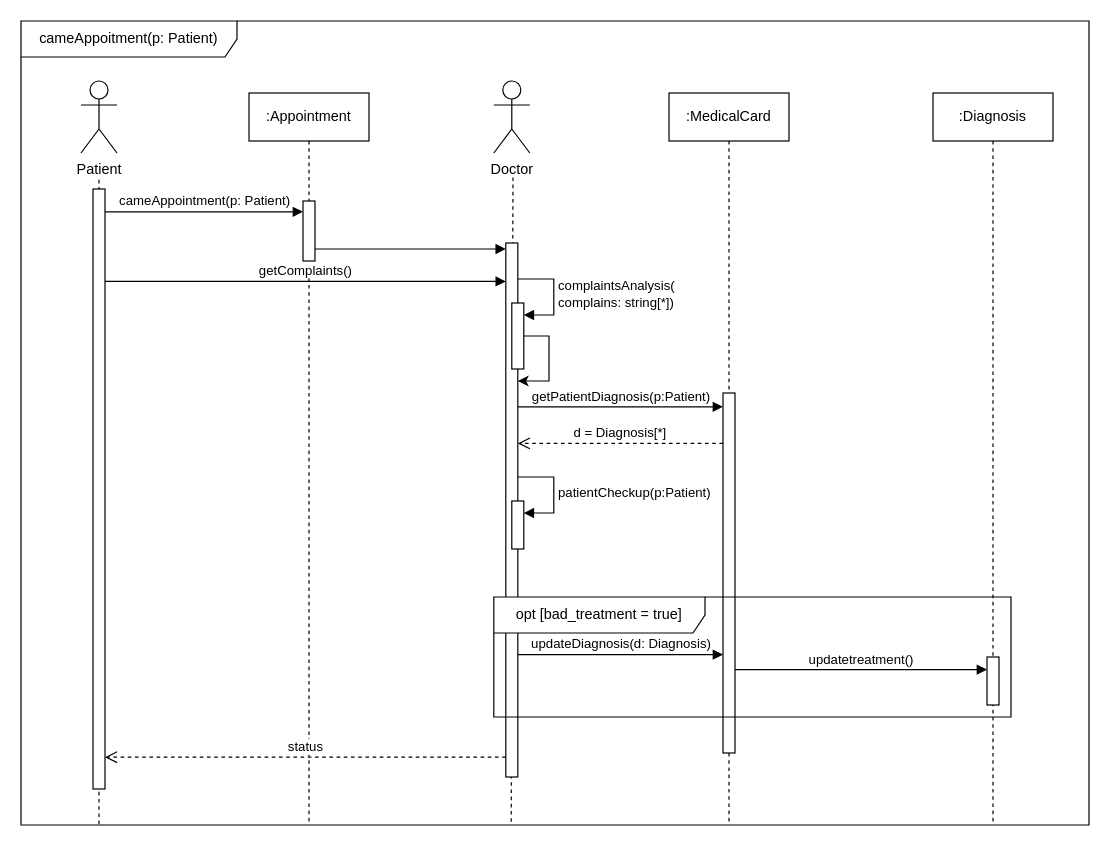
nedeadinside/oaoaoaoaoaoaoaoa keeps this draw.io diagram as page "SD3" (3 of 3) of lab2/.drawio/SD.drawio. Above is the earlier version. Source tidied: cells renumbered, new cells numbered last; positions are measured from the earlier drawing's top-left corner, leaving out a move shared by most shapes. Both pictures are drawn from the tidied source at 120%, with x=0, y=0 at pixel (20, 20).
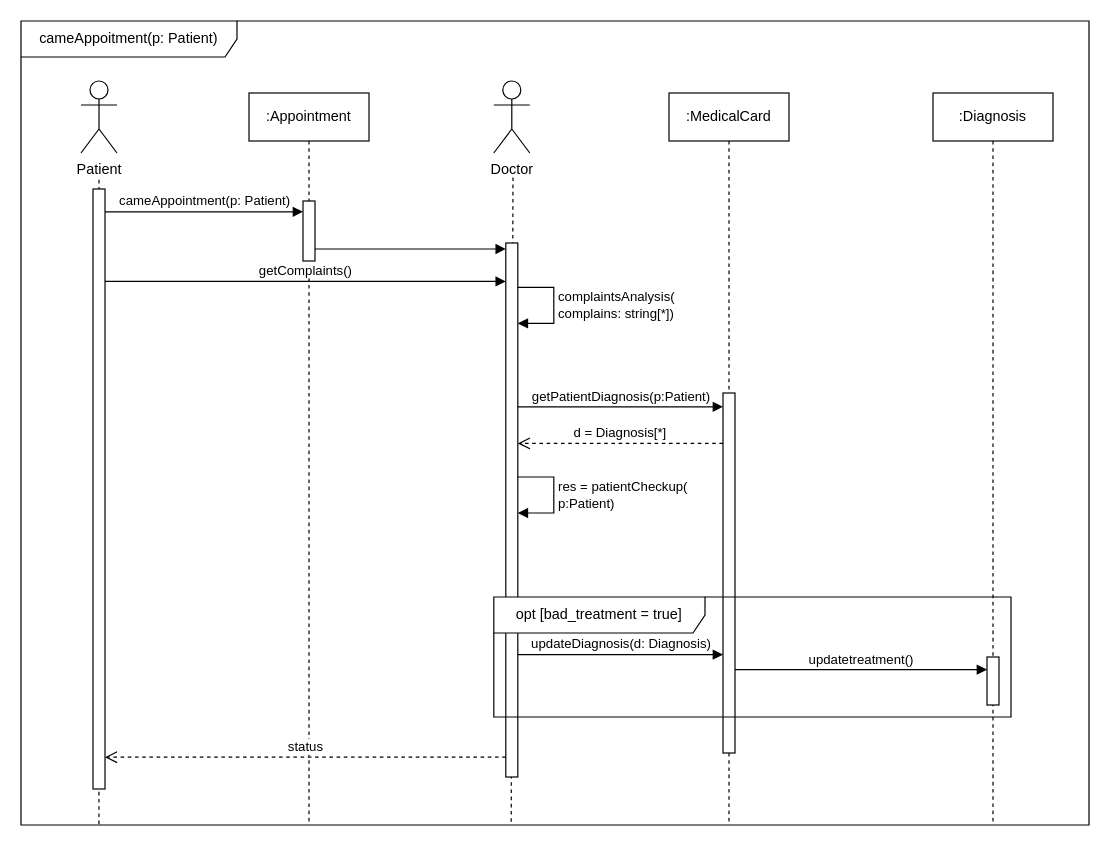
After the change.

The change refers to these unchanged cells:
```xml
<mxCell id="15" style="html=1;points=[[0,0,0,0,5],[0,1,0,0,-5],[1,0,0,0,5],[1,1,0,0,-5]];perimeter=orthogonalPerimeter;outlineConnect=0;targetShapes=umlLifeline;portConstraint=eastwest;newEdgeStyle={&quot;curved&quot;:0,&quot;rounded&quot;:0};" parent="1" vertex="1">
  <mxGeometry x="404" y="185" width="10" height="445" as="geometry" />
</mxCell>
```

Change to the diagram source:
```diff
@@
-    <mxCell id="17" style="edgeStyle=orthogonalEdgeStyle;rounded=0;jettySize=auto;html=1;curved=0;" parent="1" edge="1" source="18" target="15">
-      <mxGeometry relative="1" as="geometry">
-        <Array as="points">
-          <mxPoint x="440" y="263" />
-          <mxPoint x="440" y="300" />
-        </Array>
-      </mxGeometry>
-    </mxCell>
-    <mxCell id="18" style="html=1;points=[[0,0,0,0,5],[0,1,0,0,-5],[1,0,0,0,5],[1,1,0,0,-5]];perimeter=orthogonalPerimeter;outlineConnect=0;targetShapes=umlLifeline;portConstraint=eastwest;newEdgeStyle={&quot;curved&quot;:0,&quot;rounded&quot;:0};" parent="1" vertex="1">
-      <mxGeometry x="409" y="235" width="10" height="55" as="geometry" />
-    </mxCell>
-    <mxCell id="19" value="complaintsAnalysis(&lt;div&gt;complains: string[*])&lt;/div&gt;" style="html=1;align=left;spacingLeft=2;endArrow=block;rounded=0;edgeStyle=orthogonalEdgeStyle;curved=0;rounded=0;" parent="1" edge="1" target="18">
+    <mxCell id="19" value="complaintsAnalysis(&lt;div&gt;complains: string[*])&lt;/div&gt;" style="html=1;align=left;spacingLeft=2;endArrow=block;rounded=0;edgeStyle=orthogonalEdgeStyle;curved=0;rounded=0;" parent="1" edge="1">
       <mxGeometry relative="1" as="geometry">
-        <mxPoint x="414" y="215" as="sourcePoint" />
+        <mxPoint x="414" y="222" as="sourcePoint" />
+        <mxPoint x="414" y="252" as="targetPoint" />
         <Array as="points">
-          <mxPoint x="444" y="245" />
+          <mxPoint x="444" y="222" />
+          <mxPoint x="444" y="252" />
         </Array>
       </mxGeometry>
     </mxCell>
@@
-    <mxCell id="22" style="html=1;points=[[0,0,0,0,5],[0,1,0,0,-5],[1,0,0,0,5],[1,1,0,0,-5]];perimeter=orthogonalPerimeter;outlineConnect=0;targetShapes=umlLifeline;portConstraint=eastwest;newEdgeStyle={&quot;curved&quot;:0,&quot;rounded&quot;:0};" parent="1" vertex="1">
-      <mxGeometry x="409" y="400" width="10" height="40" as="geometry" />
-    </mxCell>
-    <mxCell id="23" value="patientCheckup(p:Patient)" style="html=1;align=left;spacingLeft=2;endArrow=block;rounded=0;edgeStyle=orthogonalEdgeStyle;curved=0;rounded=0;" parent="1" edge="1" target="22">
+    <mxCell id="23" value="res = patientCheckup(&lt;div&gt;p:Patient)&lt;/div&gt;" style="html=1;align=left;spacingLeft=2;endArrow=block;rounded=0;edgeStyle=orthogonalEdgeStyle;curved=0;rounded=0;" parent="1" edge="1" target="15">
       <mxGeometry relative="1" as="geometry">
         <mxPoint x="414" y="380" as="sourcePoint" />
         <Array as="points">
+          <mxPoint x="444" y="380" />
           <mxPoint x="444" y="410" />
         </Array>
       </mxGeometry>
     </mxCell>
```
